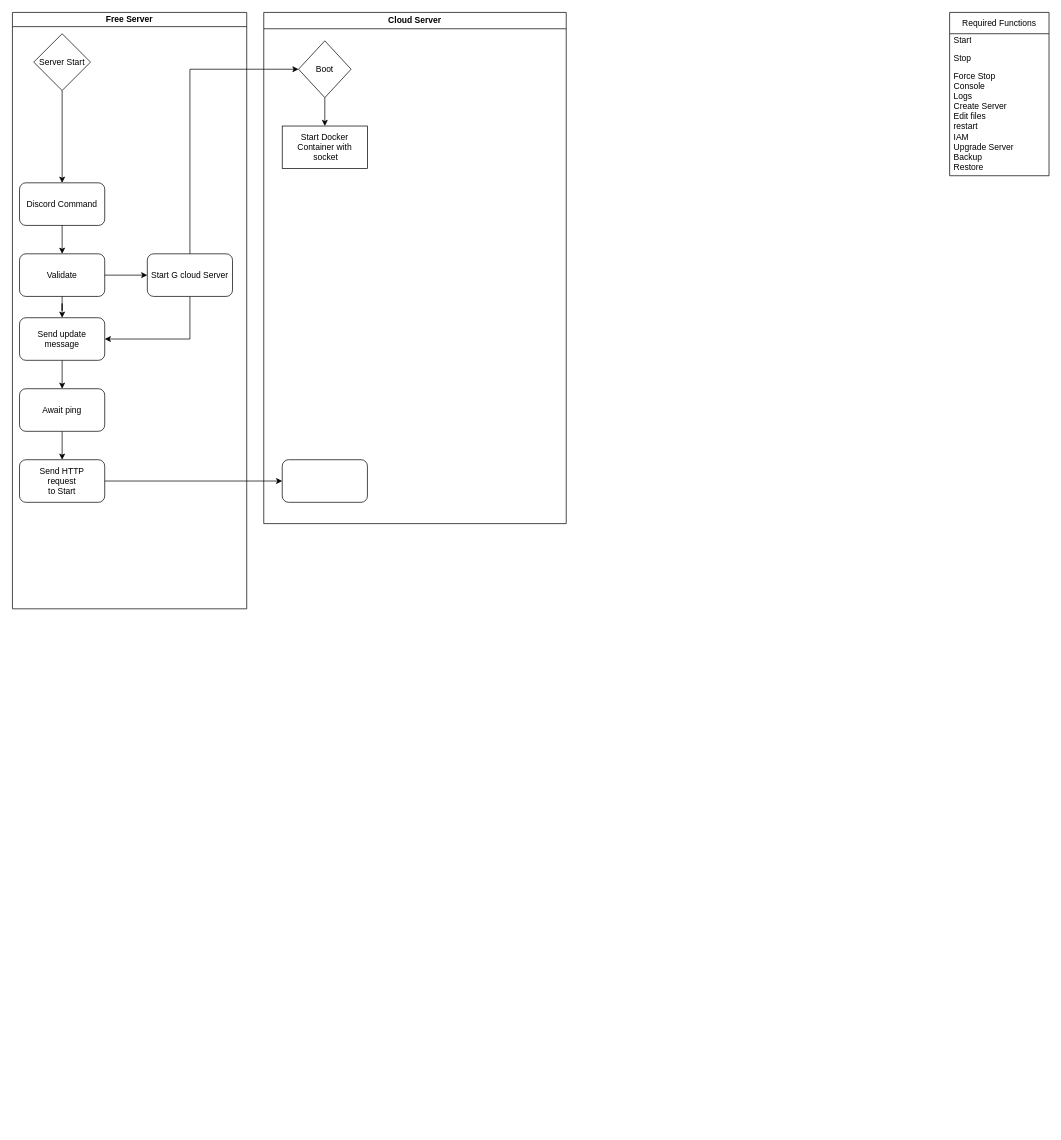
garbyexe/minecraft-manager keeps this draw.io diagram as Untitled Diagram.drawio. Above is the earlier version. Source tidied: cells renumbered, new cells numbered last; positions are measured from the earlier drawing's top-left corner, leaving out a move shared by most shapes. Both pictures are drawn from the tidied source at 71%, with x=0, y=0 at pixel (12, 12).
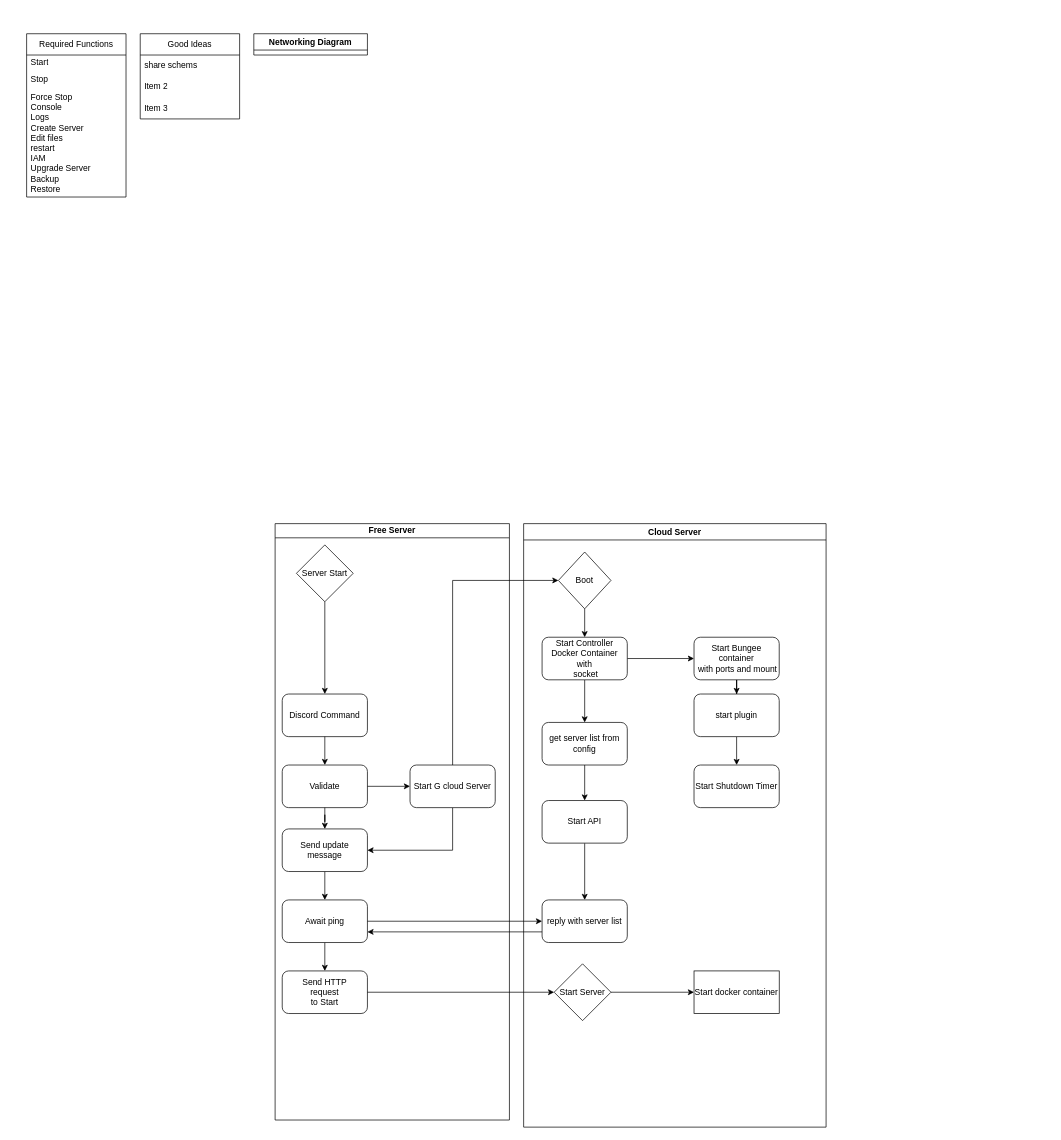
The same page after the edit.

The change refers to these unchanged cells:
```xml
<mxCell id="10" value="&lt;div&gt;Send HTTP &lt;br&gt;&lt;/div&gt;&lt;div&gt;request&lt;/div&gt;&lt;div&gt;to Start&lt;br&gt;&lt;/div&gt;" style="whiteSpace=wrap;html=1;rounded=1;" parent="2" vertex="1">
  <mxGeometry x="10" y="630" width="120" height="60" as="geometry" />
</mxCell>
<mxCell id="12" value="Start G cloud Server" style="whiteSpace=wrap;html=1;rounded=1;" parent="2" vertex="1">
  <mxGeometry x="190" y="340" width="120" height="60" as="geometry" />
</mxCell>
<mxCell id="16" value="Await ping" style="whiteSpace=wrap;html=1;rounded=1;" parent="2" vertex="1">
  <mxGeometry x="10" y="530" width="120" height="60" as="geometry" />
</mxCell>
<mxCell id="20" value="Boot" style="rhombus;whiteSpace=wrap;html=1;" parent="17" vertex="1">
  <mxGeometry x="49" y="40" width="74" height="80" as="geometry" />
</mxCell>
```

Diff of the diagram source:
```diff
@@
     <mxCell id="2" value="Free Server" style="swimlane;whiteSpace=wrap;html=1;startSize=20;" parent="1" vertex="1">
-      <mxGeometry width="330" height="840" as="geometry" />
+      <mxGeometry x="370" y="720" width="330" height="840" as="geometry" />
     </mxCell>
@@
     <mxCell id="17" value="Cloud Server" style="swimlane;whiteSpace=wrap;html=1;" parent="1" vertex="1">
-      <mxGeometry x="354" width="426" height="720" as="geometry" />
+      <mxGeometry x="720" y="720" width="426" height="850" as="geometry" />
     </mxCell>
-    <mxCell id="18" style="whiteSpace=wrap;html=1;rounded=1;" parent="17" vertex="1">
-      <mxGeometry x="26" y="630" width="120" height="60" as="geometry" />
-    </mxCell>
@@
+    <mxCell id="28" style="edgeStyle=orthogonalEdgeStyle;rounded=0;jettySize=auto;html=1;" parent="17" edge="1" source="21" target="34">
+      <mxGeometry relative="1" as="geometry" />
+    </mxCell>
+    <mxCell id="29" style="edgeStyle=orthogonalEdgeStyle;rounded=0;jettySize=auto;html=1;" parent="17" edge="1" source="21" target="36">
+      <mxGeometry relative="1" as="geometry" />
+    </mxCell>
-    <mxCell id="21" value="&lt;div&gt;Start Docker Container with&lt;/div&gt;&lt;div&gt;&amp;nbsp;socket&lt;/div&gt;" style="whiteSpace=wrap;html=1;" parent="17" vertex="1">
+    <mxCell id="21" value="&lt;div&gt;Start Controller Docker Container with&lt;/div&gt;&lt;div&gt;&amp;nbsp;socket&lt;/div&gt;" style="whiteSpace=wrap;html=1;rounded=1;" parent="17" vertex="1">
       <mxGeometry x="26" y="160" width="120" height="60" as="geometry" />
     </mxCell>
+    <mxCell id="30" value="reply with server list" style="whiteSpace=wrap;html=1;rounded=1;" parent="17" vertex="1">
+      <mxGeometry x="26" y="530" width="120" height="60" as="geometry" />
+    </mxCell>
+    <mxCell id="31" style="edgeStyle=orthogonalEdgeStyle;rounded=0;jettySize=auto;html=1;entryX=0.5;entryY=0;entryDx=0;entryDy=0;" parent="17" edge="1" source="32" target="30">
+      <mxGeometry relative="1" as="geometry" />
+    </mxCell>
+    <mxCell id="32" value="Start API" style="whiteSpace=wrap;html=1;rounded=1;" parent="17" vertex="1">
+      <mxGeometry x="26" y="390" width="120" height="60" as="geometry" />
+    </mxCell>
+    <mxCell id="33" style="edgeStyle=orthogonalEdgeStyle;rounded=0;jettySize=auto;html=1;" parent="17" edge="1" source="34" target="38">
+      <mxGeometry relative="1" as="geometry" />
+    </mxCell>
+    <mxCell id="34" value="&lt;div&gt;Start Bungee&lt;/div&gt;&lt;div&gt;container&lt;br&gt;&lt;/div&gt;&amp;nbsp;with ports and mount" style="whiteSpace=wrap;html=1;rounded=1;" parent="17" vertex="1">
+      <mxGeometry x="240" y="160" width="120" height="60" as="geometry" />
+    </mxCell>
+    <mxCell id="35" style="edgeStyle=orthogonalEdgeStyle;rounded=0;jettySize=auto;html=1;entryX=0.5;entryY=0;entryDx=0;entryDy=0;" parent="17" edge="1" source="36" target="32">
+      <mxGeometry relative="1" as="geometry" />
+    </mxCell>
+    <mxCell id="36" value="get server list from config" style="whiteSpace=wrap;html=1;rounded=1;" parent="17" vertex="1">
+      <mxGeometry x="26" y="280" width="120" height="60" as="geometry" />
+    </mxCell>
+    <mxCell id="37" style="edgeStyle=orthogonalEdgeStyle;rounded=0;jettySize=auto;html=1;" parent="17" edge="1" source="38" target="42">
+      <mxGeometry relative="1" as="geometry" />
+    </mxCell>
+    <mxCell id="38" value="start plugin" style="whiteSpace=wrap;html=1;rounded=1;" parent="17" vertex="1">
+      <mxGeometry x="240" y="240" width="120" height="60" as="geometry" />
+    </mxCell>
+    <mxCell id="39" style="edgeStyle=orthogonalEdgeStyle;rounded=0;jettySize=auto;html=1;" parent="17" edge="1" source="40" target="41">
+      <mxGeometry relative="1" as="geometry" />
+    </mxCell>
+    <mxCell id="40" value="Start Server" style="rhombus;whiteSpace=wrap;html=1;" parent="17" vertex="1">
+      <mxGeometry x="43" y="620" width="80" height="80" as="geometry" />
+    </mxCell>
+    <mxCell id="41" value="Start docker container" style="whiteSpace=wrap;html=1;" parent="17" vertex="1">
+      <mxGeometry x="240" y="630" width="120" height="60" as="geometry" />
+    </mxCell>
+    <mxCell id="42" value="Start Shutdown Timer" style="whiteSpace=wrap;html=1;rounded=1;" parent="17" vertex="1">
+      <mxGeometry x="240" y="340" width="120" height="60" as="geometry" />
+    </mxCell>
     <mxCell id="22" value="Required Functions" style="swimlane;fontStyle=0;horizontal=1;startSize=30;whiteSpace=wrap;html=1;" parent="1" vertex="1">
-      <mxGeometry x="1320" width="140" height="230" as="geometry" />
+      <mxGeometry x="20" y="30" width="140" height="230" as="geometry" />
     </mxCell>
@@
-    <mxCell id="26" style="edgeStyle=orthogonalEdgeStyle;rounded=0;jettySize=auto;html=1;" parent="1" edge="1" source="10" target="18">
-      <mxGeometry relative="1" as="geometry" />
-    </mxCell>
     <mxCell id="27" style="edgeStyle=orthogonalEdgeStyle;rounded=0;jettySize=auto;html=1;entryX=0;entryY=0.5;entryDx=0;entryDy=0;" parent="1" edge="1" source="12" target="20">
       <mxGeometry relative="1" as="geometry">
         <Array as="points">
-          <mxPoint x="250" y="80" />
+          <mxPoint x="620" y="800" />
         </Array>
       </mxGeometry>
     </mxCell>
+    <mxCell id="43" style="edgeStyle=orthogonalEdgeStyle;rounded=0;jettySize=auto;html=1;" parent="1" edge="1" source="16" target="30">
+      <mxGeometry relative="1" as="geometry" />
+    </mxCell>
+    <mxCell id="44" style="edgeStyle=orthogonalEdgeStyle;rounded=0;jettySize=auto;html=1;exitX=0;exitY=0.75;exitDx=0;exitDy=0;entryX=1;entryY=0.75;entryDx=0;entryDy=0;" parent="1" edge="1" source="30" target="16">
+      <mxGeometry relative="1" as="geometry" />
+    </mxCell>
+    <mxCell id="45" value="Good Ideas" style="swimlane;fontStyle=0;horizontal=1;startSize=30;whiteSpace=wrap;html=1;" parent="1" vertex="1">
+      <mxGeometry x="180" y="30" width="140" height="120" as="geometry" />
+    </mxCell>
+    <mxCell id="46" value="share schems" style="text;strokeColor=none;fillColor=none;align=left;verticalAlign=middle;spacingLeft=4;spacingRight=4;overflow=hidden;whiteSpace=wrap;html=1;" parent="45" vertex="1">
+      <mxGeometry y="30" width="140" height="30" as="geometry" />
+    </mxCell>
+    <mxCell id="47" value="Item 2" style="text;strokeColor=none;fillColor=none;align=left;verticalAlign=middle;spacingLeft=4;spacingRight=4;overflow=hidden;whiteSpace=wrap;html=1;" parent="45" vertex="1">
+      <mxGeometry y="60" width="140" height="30" as="geometry" />
+    </mxCell>
+    <mxCell id="48" value="Item 3" style="text;strokeColor=none;fillColor=none;align=left;verticalAlign=middle;spacingLeft=4;spacingRight=4;overflow=hidden;whiteSpace=wrap;html=1;" parent="45" vertex="1">
+      <mxGeometry y="90" width="140" height="30" as="geometry" />
+    </mxCell>
+    <mxCell id="49" style="edgeStyle=orthogonalEdgeStyle;rounded=0;jettySize=auto;html=1;entryX=0;entryY=0.5;entryDx=0;entryDy=0;" parent="1" edge="1" source="10" target="40">
+      <mxGeometry relative="1" as="geometry" />
+    </mxCell>
+    <mxCell id="50" value="Networking Diagram" style="swimlane;whiteSpace=wrap;html=1;" parent="1" vertex="1" collapsed="1">
+      <mxGeometry x="340" y="30" width="160" height="30" as="geometry" />
+    </mxCell>
```
